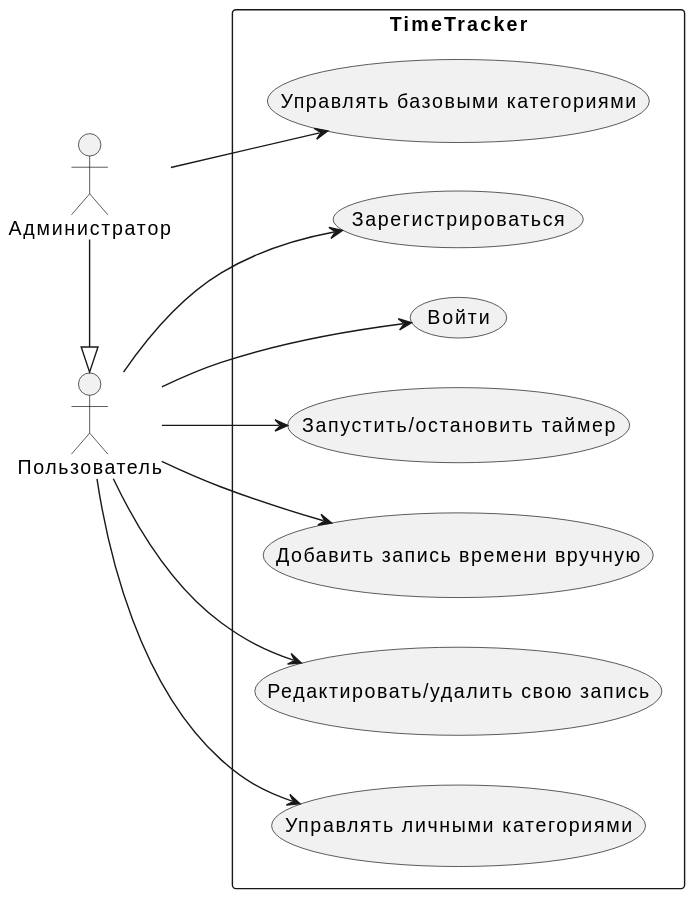
Earlier version of the PlantUML export docs/usecase.svg (da-fuu/IU7_7sem_Web).
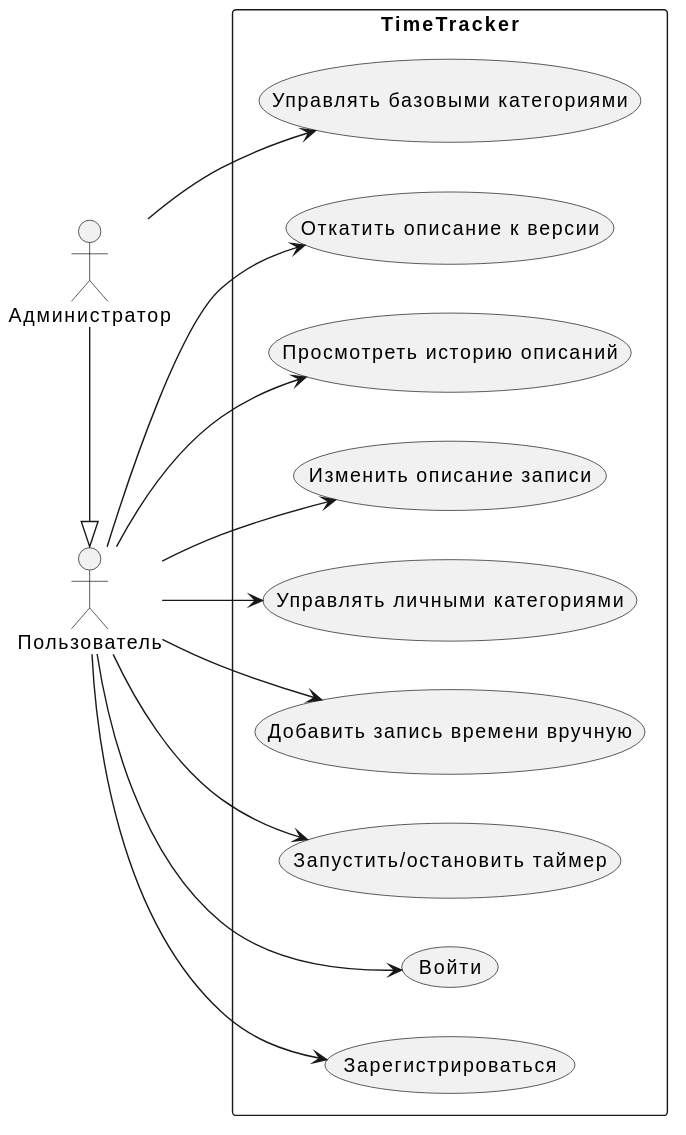
The same file after the commit.

Diff of the diagram source:
```diff
@@ -11,8 +11,10 @@
   usecase "Войти" as UC_Login
   usecase "Запустить/остановить таймер" as UC_Timer
   usecase "Добавить запись времени вручную" as UC_Manual
-  usecase "Редактировать/удалить свою запись" as UC_EditRecord
   usecase "Управлять личными категориями" as UC_ManageOwnCategories
+  usecase "Изменить описание записи" as UC_UpdateDesc
+  usecase "Просмотреть историю описаний" as UC_ViewHistory
+  usecase "Откатить описание к версии" as UC_RollbackDesc
 
   usecase "Управлять базовыми категориями" as UC_ManageDefaultCategories
 }
@@ -21,8 +23,10 @@
 user --> UC_Login
 user --> UC_Timer
 user --> UC_Manual
-user --> UC_EditRecord
 user --> UC_ManageOwnCategories
+user --> UC_UpdateDesc
+user --> UC_ViewHistory
+user --> UC_RollbackDesc
 
 admin --> UC_ManageDefaultCategories
 @enduml
```
